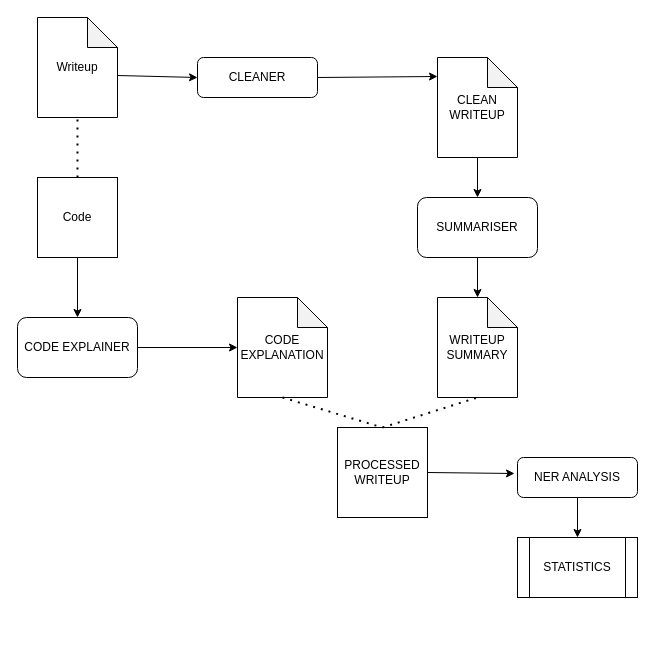
francescolonardo/CTF_writeups_NLP_analysis keeps this draw.io diagram as THESIS_DIAGRAM.drawio. Above is the earlier version. Source tidied: cells renumbered, new cells numbered last; positions are measured from the earlier drawing's top-left corner, leaving out a move shared by most shapes. Both pictures are drawn from the tidied source at 100%, with x=0, y=0 at pixel (17, 17).
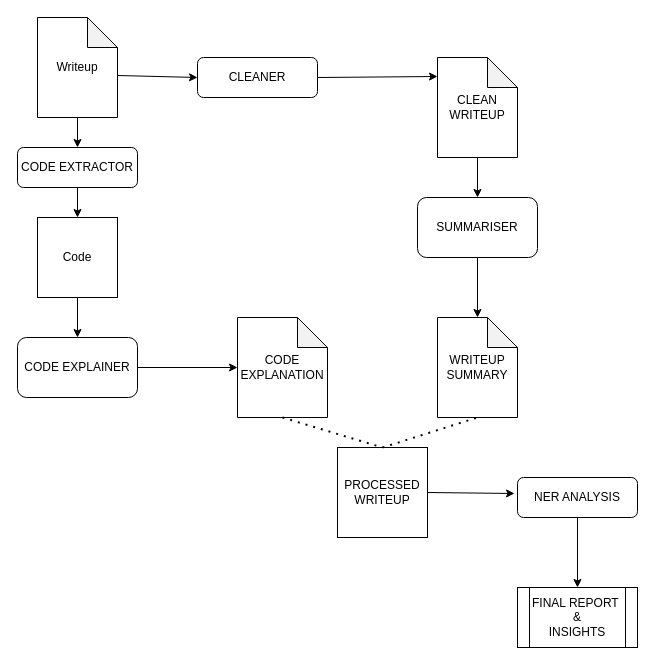
After the change.

Unchanged cells that the change refers to:
```xml
<mxCell id="2" value="Writeup" style="shape=note;whiteSpace=wrap;html=1;backgroundOutline=1;darkOpacity=0.05;" parent="1" vertex="1">
  <mxGeometry x="20" width="80" height="100" as="geometry" />
</mxCell>
```

What changed in the source:
```diff
@@
     <mxCell id="7" value="Code" style="whiteSpace=wrap;html=1;" parent="1" vertex="1">
-      <mxGeometry x="20" y="160" width="80" height="80" as="geometry" />
+      <mxGeometry x="20" y="200" width="80" height="80" as="geometry" />
     </mxCell>
-    <mxCell id="8" style="endArrow=none;dashed=1;html=1;dashPattern=1 3;strokeWidth=2;rounded=0;entryX=0.5;entryY=1;entryDx=0;entryDy=0;entryPerimeter=0;exitX=0.5;exitY=0;exitDx=0;exitDy=0;" parent="1" edge="1" source="7" target="2">
-      <mxGeometry relative="1" as="geometry" />
-    </mxCell>
     <mxCell id="9" value="WRITEUP&lt;br&gt;SUMMARY" style="shape=note;whiteSpace=wrap;html=1;backgroundOutline=1;darkOpacity=0.05;" parent="1" vertex="1">
-      <mxGeometry x="420" y="280" width="80" height="100" as="geometry" />
+      <mxGeometry x="420" y="300" width="80" height="100" as="geometry" />
     </mxCell>
@@
     <mxCell id="13" value="CODE EXPLAINER" style="rounded=1;whiteSpace=wrap;html=1;" parent="1" vertex="1">
-      <mxGeometry y="300" width="120" height="60" as="geometry" />
+      <mxGeometry y="320" width="120" height="60" as="geometry" />
     </mxCell>
@@
     <mxCell id="15" value="CODE&lt;br&gt;EXPLANATION" style="shape=note;whiteSpace=wrap;html=1;backgroundOutline=1;darkOpacity=0.05;" parent="1" vertex="1">
-      <mxGeometry x="220" y="280" width="90" height="100" as="geometry" />
+      <mxGeometry x="220" y="300" width="90" height="100" as="geometry" />
     </mxCell>
@@
     <mxCell id="18" value="PROCESSED&lt;br&gt;WRITEUP" style="whiteSpace=wrap;html=1;" parent="1" vertex="1">
-      <mxGeometry x="320" y="410" width="90" height="90" as="geometry" />
+      <mxGeometry x="320" y="430" width="90" height="90" as="geometry" />
     </mxCell>
@@
     <mxCell id="20" value="NER ANALYSIS" style="rounded=1;whiteSpace=wrap;html=1;" parent="1" vertex="1">
-      <mxGeometry x="500" y="440" width="120" height="40" as="geometry" />
+      <mxGeometry x="500" y="460" width="120" height="40" as="geometry" />
     </mxCell>
@@
-    <mxCell id="22" value="STATISTICS" style="shape=process;whiteSpace=wrap;html=1;backgroundOutline=1;" parent="1" vertex="1">
-      <mxGeometry x="500" y="520" width="120" height="60" as="geometry" />
+    <mxCell id="22" value="FINAL REPORT&amp;nbsp;&lt;br&gt;&amp;amp;&lt;br&gt;INSIGHTS" style="shape=process;whiteSpace=wrap;html=1;backgroundOutline=1;" parent="1" vertex="1">
+      <mxGeometry x="500" y="570" width="120" height="60" as="geometry" />
     </mxCell>
@@
+    <mxCell id="24" value="CODE EXTRACTOR" style="rounded=1;whiteSpace=wrap;html=1;" parent="1" vertex="1">
+      <mxGeometry y="130" width="120" height="40" as="geometry" />
+    </mxCell>
+    <mxCell id="25" style="endArrow=classic;html=1;rounded=0;exitX=0.5;exitY=1;exitDx=0;exitDy=0;entryX=0.5;entryY=0;entryDx=0;entryDy=0;" parent="1" edge="1" source="24" target="7">
+      <mxGeometry relative="1" as="geometry" />
+    </mxCell>
+    <mxCell id="26" style="endArrow=classic;html=1;rounded=0;exitX=0.5;exitY=1;exitDx=0;exitDy=0;exitPerimeter=0;entryX=0.5;entryY=0;entryDx=0;entryDy=0;" parent="1" edge="1" source="2" target="24">
+      <mxGeometry relative="1" as="geometry" />
+    </mxCell>
```
